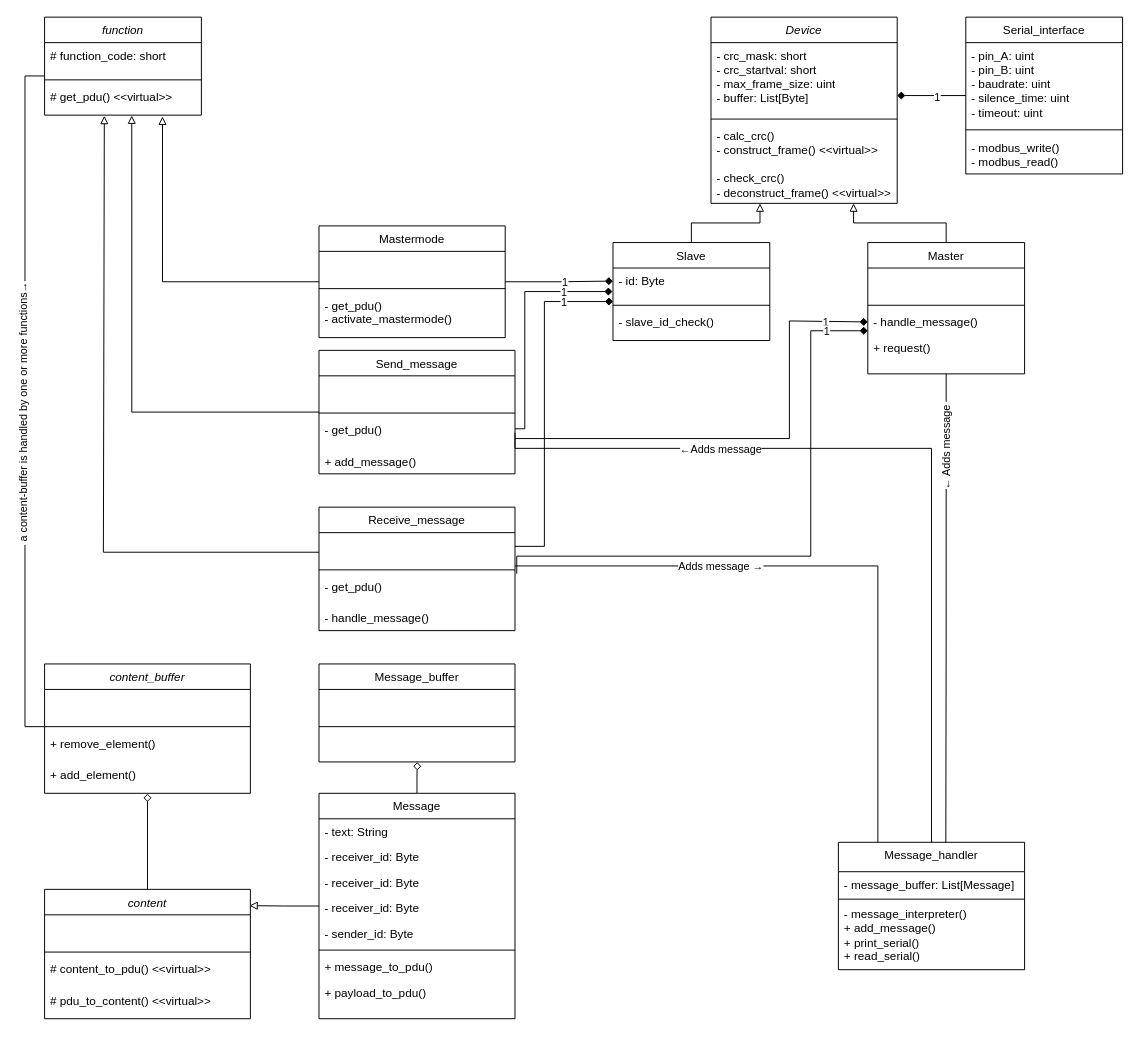
Above: modbus_classdiagram.drawio in F-L-X-S/BusBricks (draw.io), before the change. Source tidied: cells renumbered, new cells numbered last; positions are measured from the earlier drawing's top-left corner, leaving out a move shared by most shapes. Both pictures are drawn from the tidied source at 98%, with x=0, y=0 at pixel (24, 17).
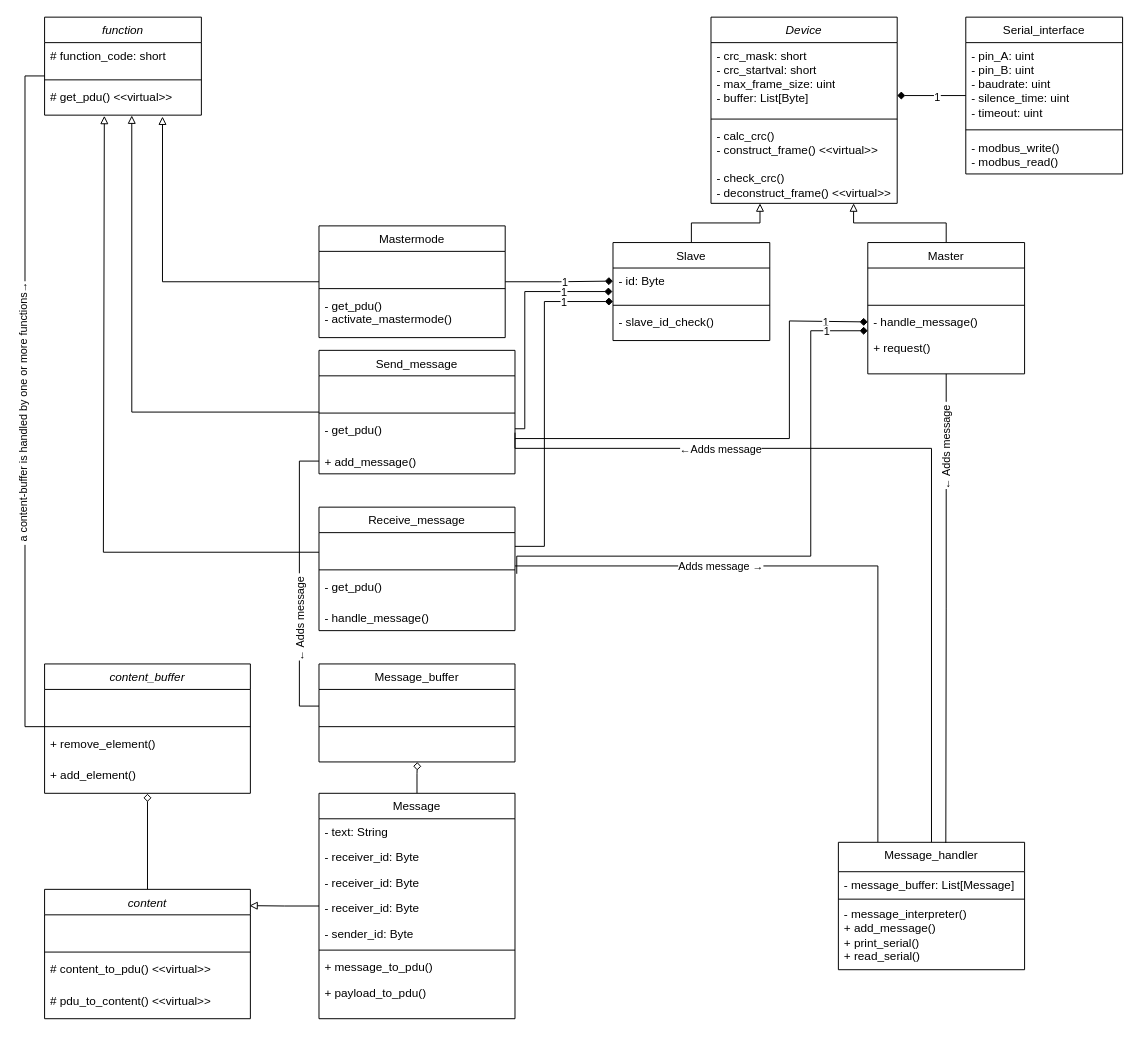
The same diagram, later.

The change refers to these unchanged cells:
```xml
<mxCell id="38" value="+ add_message()" style="text;strokeColor=none;fillColor=none;align=left;verticalAlign=top;spacingLeft=4;spacingRight=4;overflow=hidden;points=[[0,0.5],[1,0.5]];portConstraint=eastwest;whiteSpace=wrap;html=1;" parent="34" vertex="1">
  <mxGeometry y="100" width="200" height="26" as="geometry" />
</mxCell>
<mxCell id="89" value="&amp;nbsp;" style="text;strokeColor=none;fillColor=none;align=left;verticalAlign=top;spacingLeft=4;spacingRight=4;overflow=hidden;points=[[0,0.5],[1,0.5]];portConstraint=eastwest;whiteSpace=wrap;html=1;" parent="88" vertex="1">
  <mxGeometry y="26" width="200" height="34" as="geometry" />
</mxCell>
```

Diff of the diagram source:
```diff
@@
+    <mxCell id="92" style="edgeStyle=orthogonalEdgeStyle;rounded=0;jettySize=auto;html=1;entryX=0;entryY=0.5;entryDx=0;entryDy=0;endArrow=none;endFill=0;" parent="1" edge="1" source="38" target="89">
+      <mxGeometry relative="1" as="geometry" />
+    </mxCell>
+    <mxCell id="93" value="← Adds message&amp;nbsp;" style="edgeLabel;html=1;align=center;verticalAlign=middle;rotation=-90;" parent="92" vertex="1">
+      <mxGeometry x="0.26" y="2" relative="1" as="geometry">
+        <mxPoint x="-2" y="-2" as="offset" />
+      </mxGeometry>
+    </mxCell>
```
